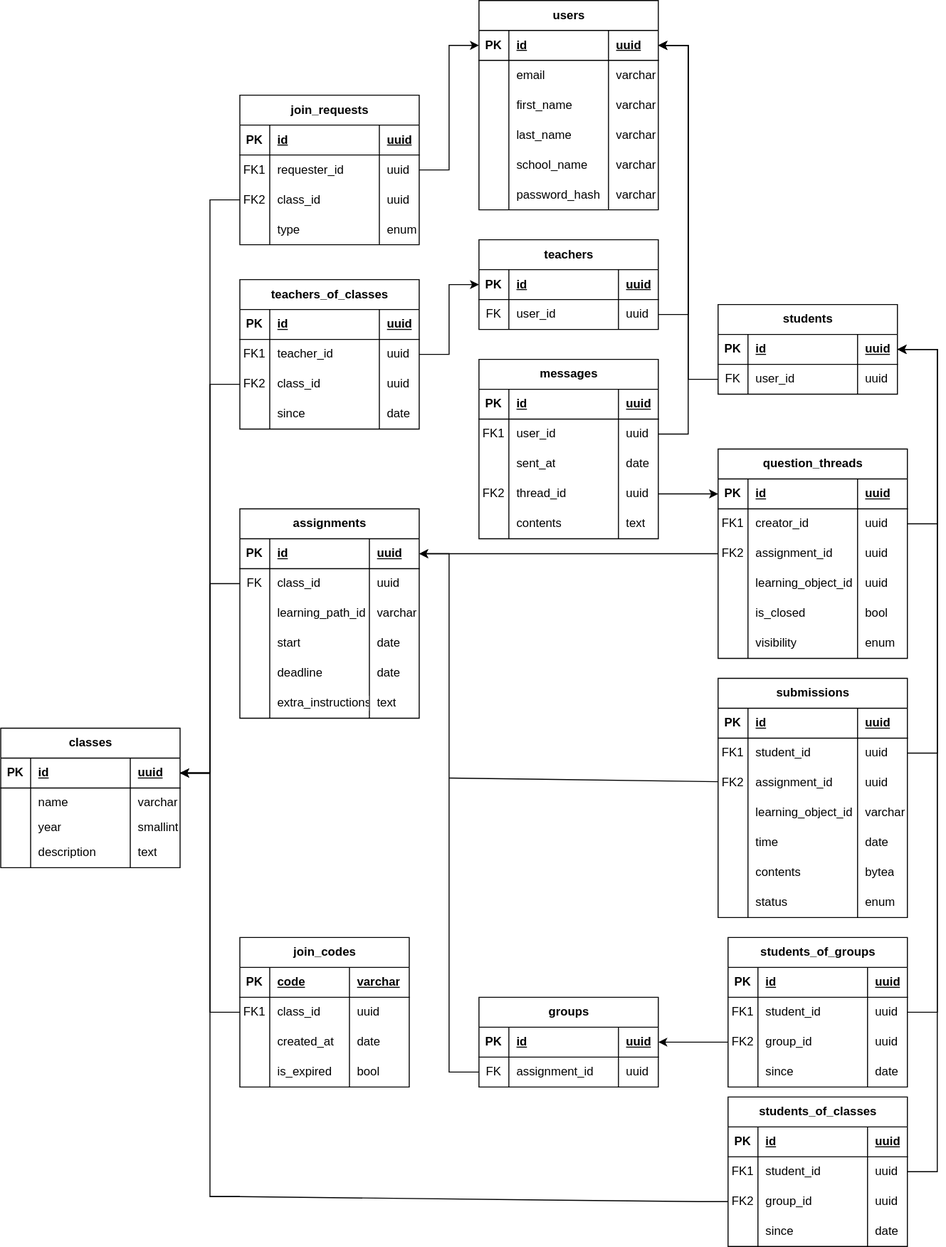
Earlier version of the draw.io export backend/src/infrastructure/database/dwengo_database.drawio.svg (SELab-2/Dwengo-2). Source tidied: cells renumbered, new cells last; positions are measured from the earlier drawing's top-left corner, leaving out a move shared by most shapes.
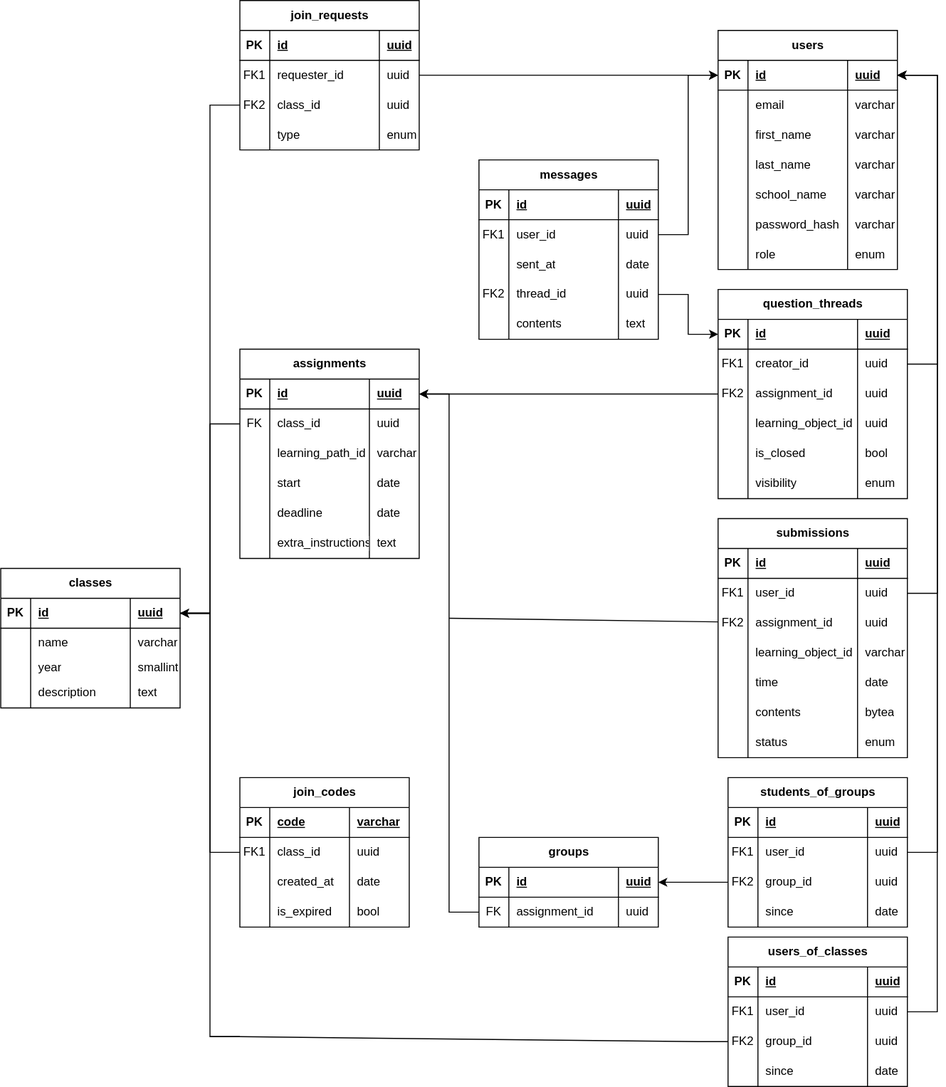
The same file after the commit.

Commit message:
updated the drawio database scheme

Change to the diagram source:
```diff
@@ -5,3 +5,3 @@
     <mxCell id="2" value="users" style="shape=table;startSize=30;rowLines=0;fontStyle=1;align=center;html=1;" parent="1" vertex="1">
-      <mxGeometry x="480" width="180" height="210" as="geometry" />
+      <mxGeometry x="720" y="190" width="180" height="240" as="geometry" />
     </mxCell>
@@ -79,18 +79,14 @@
     </mxCell>
-    <mxCell id="27" style="edgeStyle=entityRelationEdgeStyle;fontSize=12;html=1;endArrow=classic;startArrow=none;rounded=0;startFill=0;endFill=1;" parent="1" edge="1" source="254" target="3">
-      <mxGeometry relative="1" as="geometry">
-        <Array as="points">
-          <mxPoint x="715" y="250" />
-        </Array>
-      </mxGeometry>
-    </mxCell>
-    <mxCell id="28" style="edgeStyle=entityRelationEdgeStyle;fontSize=12;html=1;endArrow=none;startArrow=classic;rounded=0;startFill=0;" parent="1" edge="1" source="3" target="245">
-      <mxGeometry relative="1" as="geometry">
-        <Array as="points">
-          <mxPoint x="975" y="85" />
-          <mxPoint x="1015" y="130" />
-          <mxPoint x="985" y="200" />
-        </Array>
-      </mxGeometry>
-    </mxCell>
+    <mxCell id="276" style="shape=tableRow;horizontal=0;startSize=0;swimlaneHead=0;swimlaneBody=0;fillColor=none;top=0;left=0;right=0;bottom=0;" parent="2" vertex="1">
+      <mxGeometry y="210" width="180" height="30" as="geometry" />
+    </mxCell>
+    <mxCell id="182" style="shape=partialRectangle;fillColor=none;top=0;left=0;bottom=0;right=0;overflow=hidden;whiteSpace=wrap;html=1;" parent="276" vertex="1">
+      <mxGeometry width="30" height="30" as="geometry" />
+    </mxCell>
+    <mxCell id="277" value="role" style="shape=partialRectangle;fillColor=none;top=0;left=0;bottom=0;right=0;align=left;spacingLeft=6;overflow=hidden;whiteSpace=wrap;html=1;" parent="276" vertex="1">
+      <mxGeometry x="30" width="100" height="30" as="geometry" />
+    </mxCell>
+    <mxCell id="278" value="enum" style="shape=partialRectangle;fillColor=none;top=0;left=0;bottom=0;right=0;align=left;spacingLeft=6;overflow=hidden;whiteSpace=wrap;html=1;" parent="276" vertex="1">
+      <mxGeometry x="130" width="50" height="30" as="geometry" />
+    </mxCell>
     <mxCell id="29" style="edgeStyle=entityRelationEdgeStyle;fontSize=12;html=1;endArrow=classic;startArrow=none;rounded=0;startFill=0;endFill=1;" parent="1" edge="1" source="156" target="3">
@@ -152,22 +148,5 @@
     </mxCell>
-    <mxCell id="48" style="edgeStyle=entityRelationEdgeStyle;fontSize=12;html=1;endArrow=none;startArrow=classic;rounded=0;startFill=1;" parent="1" edge="1" source="241" target="228">
+    <mxCell id="48" style="edgeStyle=entityRelationEdgeStyle;fontSize=12;html=1;endArrow=none;startArrow=classic;rounded=0;startFill=1;" parent="1" edge="1" source="3" target="228">
       <mxGeometry relative="1" as="geometry" />
     </mxCell>
-    <mxCell id="49" style="edgeStyle=entityRelationEdgeStyle;fontSize=12;html=1;endArrow=classic;startArrow=none;rounded=0;startFill=0;endFill=1;strokeColor=default;" parent="1" edge="1" source="177" target="31">
-      <mxGeometry relative="1" as="geometry">
-        <Array as="points">
-          <mxPoint x="470" y="280" />
-          <mxPoint x="480" y="310" />
-          <mxPoint x="480" y="340" />
-          <mxPoint x="470" y="320" />
-          <mxPoint x="500" y="350" />
-          <mxPoint x="460" y="420" />
-          <mxPoint x="580" y="340" />
-          <mxPoint x="470" y="230" />
-          <mxPoint x="460" y="220" />
-          <mxPoint x="620" y="270" />
-          <mxPoint x="680" y="350" />
-        </Array>
-      </mxGeometry>
-    </mxCell>
     <mxCell id="50" value="groups" style="shape=table;startSize=30;rowLines=0;fontStyle=1;align=center;html=1;fontFamily=Helvetica;fontSize=12;fontColor=default;labelBackgroundColor=default;" parent="1" vertex="1">
@@ -216,9 +195,2 @@
     </mxCell>
-    <mxCell id="60" style="edgeStyle=entityRelationEdgeStyle;shape=connector;rounded=0;jettySize=auto;html=1;strokeColor=default;align=center;verticalAlign=middle;fontFamily=Helvetica;fontSize=12;fontColor=default;labelBackgroundColor=default;startArrow=none;startFill=0;endArrow=classic;endFill=1;" parent="1" edge="1" source="173" target="250">
-      <mxGeometry relative="1" as="geometry">
-        <Array as="points">
-          <mxPoint x="490" y="160" />
-        </Array>
-      </mxGeometry>
-    </mxCell>
     <mxCell id="61" value="assignments" style="shape=table;startSize=30;rowLines=0;fontStyle=1;align=center;html=1;fontFamily=Helvetica;fontSize=12;fontColor=default;labelBackgroundColor=default;" parent="1" vertex="1">
@@ -315,3 +287,3 @@
     </mxCell>
-    <mxCell id="87" style="edgeStyle=entityRelationEdgeStyle;fontSize=12;html=1;endArrow=classic;startArrow=none;rounded=0;startFill=0;endFill=1;strokeColor=default;" parent="1" edge="1" source="211" target="241">
+    <mxCell id="87" style="edgeStyle=entityRelationEdgeStyle;fontSize=12;html=1;endArrow=classic;startArrow=none;rounded=0;startFill=0;endFill=1;strokeColor=default;" parent="1" edge="1" source="211" target="3">
       <mxGeometry relative="1" as="geometry">
@@ -349,3 +321,3 @@
     </mxCell>
-    <mxCell id="89" style="edgeStyle=entityRelationEdgeStyle;fontSize=12;html=1;endArrow=classic;startArrow=none;rounded=0;startFill=0;endFill=1;strokeColor=default;" parent="1" edge="1" source="95" target="241">
+    <mxCell id="89" style="edgeStyle=entityRelationEdgeStyle;fontSize=12;html=1;endArrow=classic;startArrow=none;rounded=0;startFill=0;endFill=1;strokeColor=default;" parent="1" edge="1" source="95" target="3">
       <mxGeometry relative="1" as="geometry">
@@ -389,3 +361,3 @@
     </mxCell>
-    <mxCell id="97" value="student_id" style="shape=partialRectangle;fillColor=none;top=0;left=0;bottom=0;right=0;align=left;spacingLeft=6;overflow=hidden;whiteSpace=wrap;html=1;fontFamily=Helvetica;fontSize=12;fontColor=default;labelBackgroundColor=default;" parent="95" vertex="1">
+    <mxCell id="97" value="user_id" style="shape=partialRectangle;fillColor=none;top=0;left=0;bottom=0;right=0;align=left;spacingLeft=6;overflow=hidden;whiteSpace=wrap;html=1;fontFamily=Helvetica;fontSize=12;fontColor=default;labelBackgroundColor=default;" parent="95" vertex="1">
       <mxGeometry x="30" width="110" height="30" as="geometry" />
@@ -530,3 +502,3 @@
     </mxCell>
-    <mxCell id="144" style="endArrow=classic;html=1;rounded=0;strokeColor=default;align=center;verticalAlign=middle;fontFamily=Helvetica;fontSize=12;fontColor=default;labelBackgroundColor=default;edgeStyle=entityRelationEdgeStyle;" parent="1" edge="1" source="124" target="241">
+    <mxCell id="144" style="endArrow=classic;html=1;rounded=0;strokeColor=default;align=center;verticalAlign=middle;fontFamily=Helvetica;fontSize=12;fontColor=default;labelBackgroundColor=default;edgeStyle=entityRelationEdgeStyle;" parent="1" edge="1" source="124" target="3">
       <mxGeometry relative="1" as="geometry" />
@@ -562,3 +534,3 @@
     <mxCell id="151" value="join_requests" style="shape=table;startSize=30;rowLines=0;fontStyle=1;align=center;html=1;" parent="1" vertex="1">
-      <mxGeometry x="240" y="95" width="180" height="150" as="geometry" />
+      <mxGeometry x="240" y="160" width="180" height="150" as="geometry" />
     </mxCell>
@@ -612,55 +584,4 @@
     </mxCell>
-    <mxCell id="168" value="teachers_of_classes" style="shape=table;startSize=30;rowLines=0;fontStyle=1;align=center;html=1;" parent="1" vertex="1">
-      <mxGeometry x="240" y="280" width="180" height="150" as="geometry" />
-    </mxCell>
-    <mxCell id="169" style="shape=tableRow;horizontal=0;startSize=0;swimlaneHead=0;swimlaneBody=0;fillColor=none;top=0;left=0;right=0;bottom=1;" parent="168" vertex="1">
-      <mxGeometry y="30" width="180" height="30" as="geometry" />
-    </mxCell>
-    <mxCell id="170" value="PK" style="shape=partialRectangle;fillColor=none;top=0;left=0;bottom=0;right=0;fontStyle=1;overflow=hidden;whiteSpace=wrap;html=1;" parent="169" vertex="1">
-      <mxGeometry width="30" height="30" as="geometry" />
-    </mxCell>
-    <mxCell id="171" value="id" style="shape=partialRectangle;fillColor=none;top=0;left=0;bottom=0;right=0;align=left;spacingLeft=6;fontStyle=5;overflow=hidden;whiteSpace=wrap;html=1;" parent="169" vertex="1">
-      <mxGeometry x="30" width="110" height="30" as="geometry" />
-    </mxCell>
-    <mxCell id="172" value="uuid" style="shape=partialRectangle;fillColor=none;top=0;left=0;bottom=0;right=0;align=left;spacingLeft=6;fontStyle=5;overflow=hidden;whiteSpace=wrap;html=1;" parent="169" vertex="1">
-      <mxGeometry x="140" width="40" height="30" as="geometry" />
-    </mxCell>
-    <mxCell id="173" style="shape=tableRow;horizontal=0;startSize=0;swimlaneHead=0;swimlaneBody=0;fillColor=none;points=[[0,0.5],[1,0.5]];portConstraint=eastwest;top=0;left=0;right=0;bottom=0;" parent="168" vertex="1">
-      <mxGeometry y="60" width="180" height="30" as="geometry" />
-    </mxCell>
-    <mxCell id="174" value="FK1" style="shape=partialRectangle;fillColor=none;top=0;left=0;bottom=0;right=0;overflow=hidden;whiteSpace=wrap;html=1;" parent="173" vertex="1">
-      <mxGeometry width="30" height="30" as="geometry" />
-    </mxCell>
-    <mxCell id="175" value="teacher_id" style="shape=partialRectangle;fillColor=none;top=0;left=0;bottom=0;right=0;align=left;spacingLeft=6;overflow=hidden;whiteSpace=wrap;html=1;" parent="173" vertex="1">
-      <mxGeometry x="30" width="110" height="30" as="geometry" />
-    </mxCell>
-    <mxCell id="176" value="uuid" style="shape=partialRectangle;fillColor=none;top=0;left=0;bottom=0;right=0;align=left;spacingLeft=6;overflow=hidden;whiteSpace=wrap;html=1;" parent="173" vertex="1">
-      <mxGeometry x="140" width="40" height="30" as="geometry" />
-    </mxCell>
-    <mxCell id="177" style="shape=tableRow;horizontal=0;startSize=0;swimlaneHead=0;swimlaneBody=0;fillColor=none;points=[[0,0.5],[1,0.5]];portConstraint=eastwest;top=0;left=0;right=0;bottom=0;" parent="168" vertex="1">
-      <mxGeometry y="90" width="180" height="30" as="geometry" />
-    </mxCell>
-    <mxCell id="178" value="FK2" style="shape=partialRectangle;fillColor=none;top=0;left=0;bottom=0;right=0;overflow=hidden;whiteSpace=wrap;html=1;" parent="177" vertex="1">
-      <mxGeometry width="30" height="30" as="geometry" />
-    </mxCell>
-    <mxCell id="179" value="class_id" style="shape=partialRectangle;fillColor=none;top=0;left=0;bottom=0;right=0;align=left;spacingLeft=6;overflow=hidden;whiteSpace=wrap;html=1;" parent="177" vertex="1">
-      <mxGeometry x="30" width="110" height="30" as="geometry" />
-    </mxCell>
-    <mxCell id="180" value="uuid" style="shape=partialRectangle;fillColor=none;top=0;left=0;bottom=0;right=0;align=left;spacingLeft=6;overflow=hidden;whiteSpace=wrap;html=1;" parent="177" vertex="1">
-      <mxGeometry x="140" width="40" height="30" as="geometry" />
-    </mxCell>
-    <mxCell id="181" style="shape=tableRow;horizontal=0;startSize=0;swimlaneHead=0;swimlaneBody=0;fillColor=none;top=0;left=0;right=0;bottom=0;" parent="168" vertex="1">
-      <mxGeometry y="120" width="180" height="30" as="geometry" />
-    </mxCell>
-    <mxCell id="182" style="shape=partialRectangle;fillColor=none;top=0;left=0;bottom=0;right=0;overflow=hidden;whiteSpace=wrap;html=1;" parent="181" vertex="1">
-      <mxGeometry width="30" height="30" as="geometry" />
-    </mxCell>
-    <mxCell id="183" value="since" style="shape=partialRectangle;fillColor=none;top=0;left=0;bottom=0;right=0;align=left;spacingLeft=6;overflow=hidden;whiteSpace=wrap;html=1;" parent="181" vertex="1">
-      <mxGeometry x="30" width="110" height="30" as="geometry" />
-    </mxCell>
-    <mxCell id="184" value="date" style="shape=partialRectangle;fillColor=none;top=0;left=0;bottom=0;right=0;align=left;spacingLeft=6;overflow=hidden;whiteSpace=wrap;html=1;" parent="181" vertex="1">
-      <mxGeometry x="140" width="40" height="30" as="geometry" />
-    </mxCell>
     <mxCell id="185" value="messages" style="shape=table;startSize=30;rowLines=0;fontStyle=1;align=center;html=1;" parent="1" vertex="1">
-      <mxGeometry x="480" y="360" width="180" height="180" as="geometry" />
+      <mxGeometry x="480" y="320" width="180" height="180" as="geometry" />
     </mxCell>
@@ -747,3 +668,3 @@
     </mxCell>
-    <mxCell id="213" value="student_id" style="shape=partialRectangle;fillColor=none;top=0;left=0;bottom=0;right=0;align=left;spacingLeft=6;overflow=hidden;whiteSpace=wrap;html=1;" parent="211" vertex="1">
+    <mxCell id="213" value="user_id" style="shape=partialRectangle;fillColor=none;top=0;left=0;bottom=0;right=0;align=left;spacingLeft=6;overflow=hidden;whiteSpace=wrap;html=1;" parent="211" vertex="1">
       <mxGeometry x="30" width="110" height="30" as="geometry" />
@@ -777,3 +698,3 @@
     </mxCell>
-    <mxCell id="223" value="students_of_classes" style="shape=table;startSize=30;rowLines=0;fontStyle=1;align=center;html=1;" parent="1" vertex="1">
+    <mxCell id="223" value="users_of_classes" style="shape=table;startSize=30;rowLines=0;fontStyle=1;align=center;html=1;" parent="1" vertex="1">
       <mxGeometry x="730" y="1100" width="180" height="150" as="geometry" />
@@ -798,3 +719,3 @@
     </mxCell>
-    <mxCell id="230" value="student_id" style="shape=partialRectangle;fillColor=none;top=0;left=0;bottom=0;right=0;align=left;spacingLeft=6;overflow=hidden;whiteSpace=wrap;html=1;" parent="228" vertex="1">
+    <mxCell id="230" value="user_id" style="shape=partialRectangle;fillColor=none;top=0;left=0;bottom=0;right=0;align=left;spacingLeft=6;overflow=hidden;whiteSpace=wrap;html=1;" parent="228" vertex="1">
       <mxGeometry x="30" width="110" height="30" as="geometry" />
@@ -828,56 +749,2 @@
     </mxCell>
-    <mxCell id="240" value="students" style="shape=table;startSize=30;rowLines=0;fontStyle=1;align=center;html=1;" parent="1" vertex="1">
-      <mxGeometry x="720" y="305" width="180" height="90" as="geometry" />
-    </mxCell>
-    <mxCell id="241" style="shape=tableRow;horizontal=0;startSize=0;swimlaneHead=0;swimlaneBody=0;fillColor=none;points=[[0,0.5],[1,0.5]];portConstraint=eastwest;top=0;left=0;right=0;bottom=1;" parent="240" vertex="1">
-      <mxGeometry y="30" width="180" height="30" as="geometry" />
-    </mxCell>
-    <mxCell id="242" value="PK" style="shape=partialRectangle;fillColor=none;top=0;left=0;bottom=0;right=0;fontStyle=1;overflow=hidden;whiteSpace=wrap;html=1;" parent="241" vertex="1">
-      <mxGeometry width="30" height="30" as="geometry" />
-    </mxCell>
-    <mxCell id="243" value="id" style="shape=partialRectangle;fillColor=none;top=0;left=0;bottom=0;right=0;align=left;spacingLeft=6;fontStyle=5;overflow=hidden;whiteSpace=wrap;html=1;" parent="241" vertex="1">
-      <mxGeometry x="30" width="110" height="30" as="geometry" />
-    </mxCell>
-    <mxCell id="244" value="uuid" style="shape=partialRectangle;fillColor=none;top=0;left=0;bottom=0;right=0;align=left;spacingLeft=6;fontStyle=5;overflow=hidden;whiteSpace=wrap;html=1;" parent="241" vertex="1">
-      <mxGeometry x="140" width="40" height="30" as="geometry" />
-    </mxCell>
-    <mxCell id="245" style="shape=tableRow;horizontal=0;startSize=0;swimlaneHead=0;swimlaneBody=0;fillColor=none;points=[[0,0.5],[1,0.5]];portConstraint=eastwest;top=0;left=0;right=0;bottom=0;" parent="240" vertex="1">
-      <mxGeometry y="60" width="180" height="30" as="geometry" />
-    </mxCell>
-    <mxCell id="246" value="FK" style="shape=partialRectangle;fillColor=none;top=0;left=0;bottom=0;right=0;overflow=hidden;whiteSpace=wrap;html=1;" parent="245" vertex="1">
-      <mxGeometry width="30" height="30" as="geometry" />
-    </mxCell>
-    <mxCell id="247" value="user_id" style="shape=partialRectangle;fillColor=none;top=0;left=0;bottom=0;right=0;align=left;spacingLeft=6;overflow=hidden;whiteSpace=wrap;html=1;" parent="245" vertex="1">
-      <mxGeometry x="30" width="110" height="30" as="geometry" />
-    </mxCell>
-    <mxCell id="248" value="uuid" style="shape=partialRectangle;fillColor=none;top=0;left=0;bottom=0;right=0;align=left;spacingLeft=6;overflow=hidden;whiteSpace=wrap;html=1;" parent="245" vertex="1">
-      <mxGeometry x="140" width="40" height="30" as="geometry" />
-    </mxCell>
-    <mxCell id="249" value="teachers" style="shape=table;startSize=30;rowLines=0;fontStyle=1;align=center;html=1;" parent="1" vertex="1">
-      <mxGeometry x="480" y="240" width="180" height="90" as="geometry" />
-    </mxCell>
-    <mxCell id="250" style="shape=tableRow;horizontal=0;startSize=0;swimlaneHead=0;swimlaneBody=0;fillColor=none;points=[[0,0.5],[1,0.5]];portConstraint=eastwest;top=0;left=0;right=0;bottom=1;" parent="249" vertex="1">
-      <mxGeometry y="30" width="180" height="30" as="geometry" />
-    </mxCell>
-    <mxCell id="251" value="PK" style="shape=partialRectangle;fillColor=none;top=0;left=0;bottom=0;right=0;fontStyle=1;overflow=hidden;whiteSpace=wrap;html=1;" parent="250" vertex="1">
-      <mxGeometry width="30" height="30" as="geometry" />
-    </mxCell>
-    <mxCell id="252" value="id" style="shape=partialRectangle;fillColor=none;top=0;left=0;bottom=0;right=0;align=left;spacingLeft=6;fontStyle=5;overflow=hidden;whiteSpace=wrap;html=1;" parent="250" vertex="1">
-      <mxGeometry x="30" width="110" height="30" as="geometry" />
-    </mxCell>
-    <mxCell id="253" value="uuid" style="shape=partialRectangle;fillColor=none;top=0;left=0;bottom=0;right=0;align=left;spacingLeft=6;fontStyle=5;overflow=hidden;whiteSpace=wrap;html=1;" parent="250" vertex="1">
-      <mxGeometry x="140" width="40" height="30" as="geometry" />
-    </mxCell>
-    <mxCell id="254" style="shape=tableRow;horizontal=0;startSize=0;swimlaneHead=0;swimlaneBody=0;fillColor=none;points=[[0,0.5],[1,0.5]];portConstraint=eastwest;top=0;left=0;right=0;bottom=0;" parent="249" vertex="1">
-      <mxGeometry y="60" width="180" height="30" as="geometry" />
-    </mxCell>
-    <mxCell id="255" value="FK" style="shape=partialRectangle;fillColor=none;top=0;left=0;bottom=0;right=0;overflow=hidden;whiteSpace=wrap;html=1;" parent="254" vertex="1">
-      <mxGeometry width="30" height="30" as="geometry" />
-    </mxCell>
-    <mxCell id="256" value="user_id" style="shape=partialRectangle;fillColor=none;top=0;left=0;bottom=0;right=0;align=left;spacingLeft=6;overflow=hidden;whiteSpace=wrap;html=1;" parent="254" vertex="1">
-      <mxGeometry x="30" width="110" height="30" as="geometry" />
-    </mxCell>
-    <mxCell id="257" value="uuid" style="shape=partialRectangle;fillColor=none;top=0;left=0;bottom=0;right=0;align=left;spacingLeft=6;overflow=hidden;whiteSpace=wrap;html=1;" parent="254" vertex="1">
-      <mxGeometry x="140" width="40" height="30" as="geometry" />
-    </mxCell>
     <mxCell id="258" value="join_codes" style="shape=table;startSize=30;rowLines=0;fontStyle=1;align=center;html=1;" parent="1" vertex="1">
```
